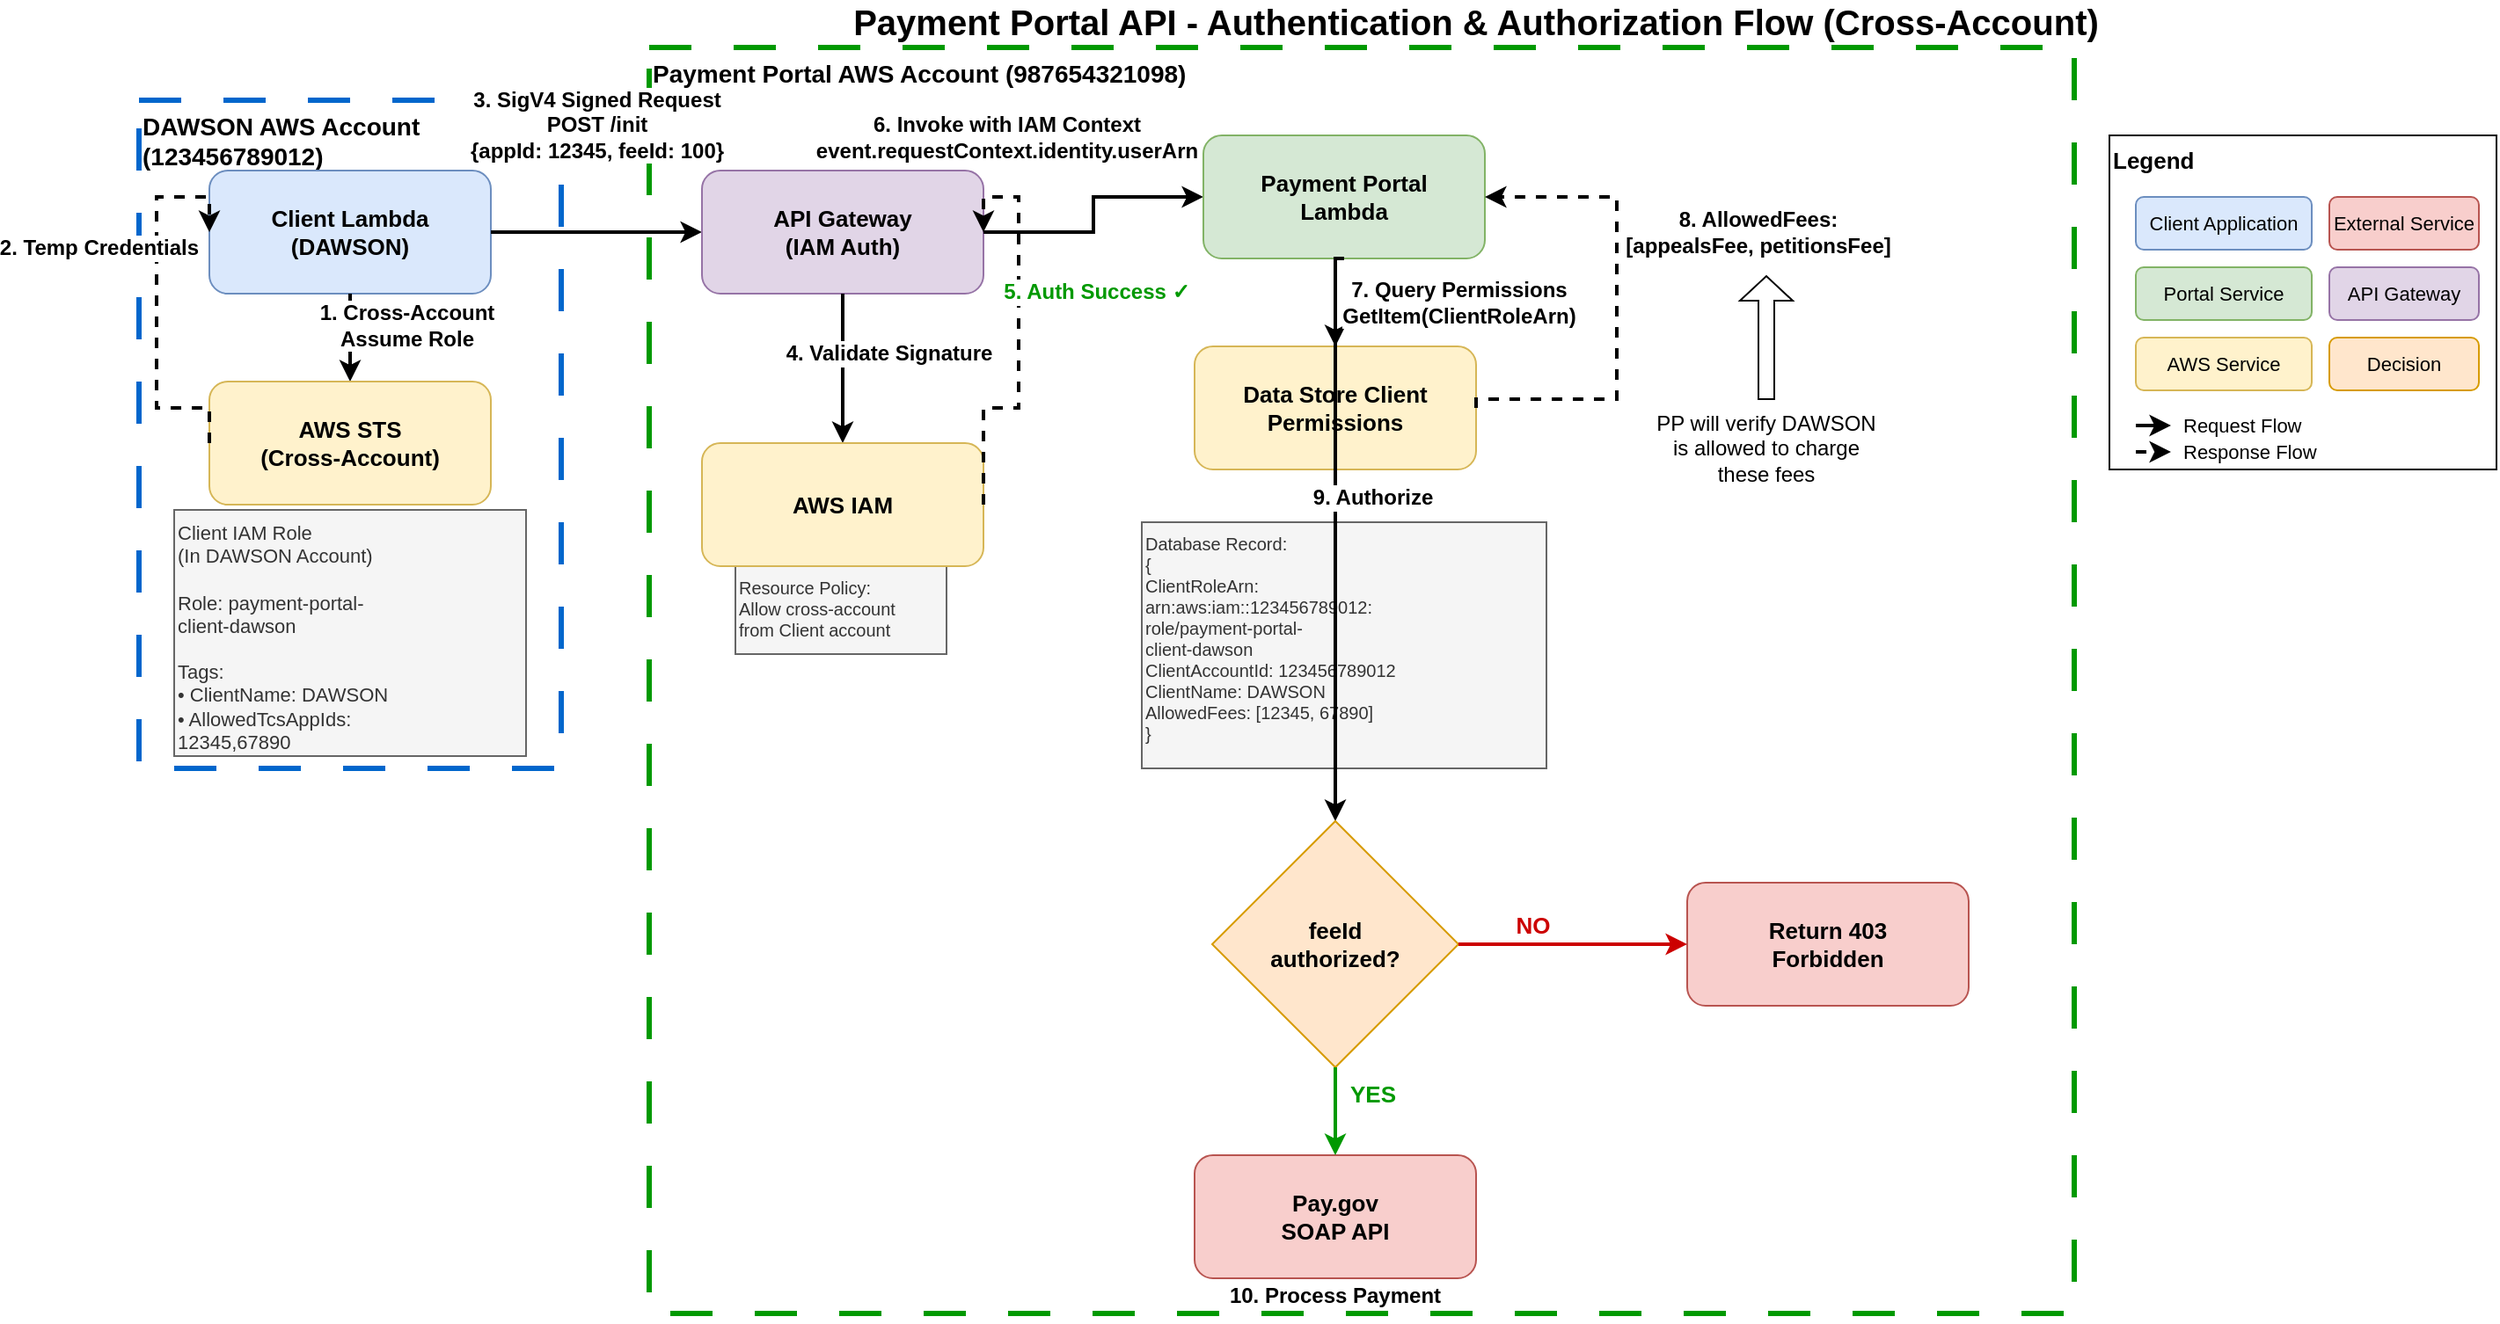
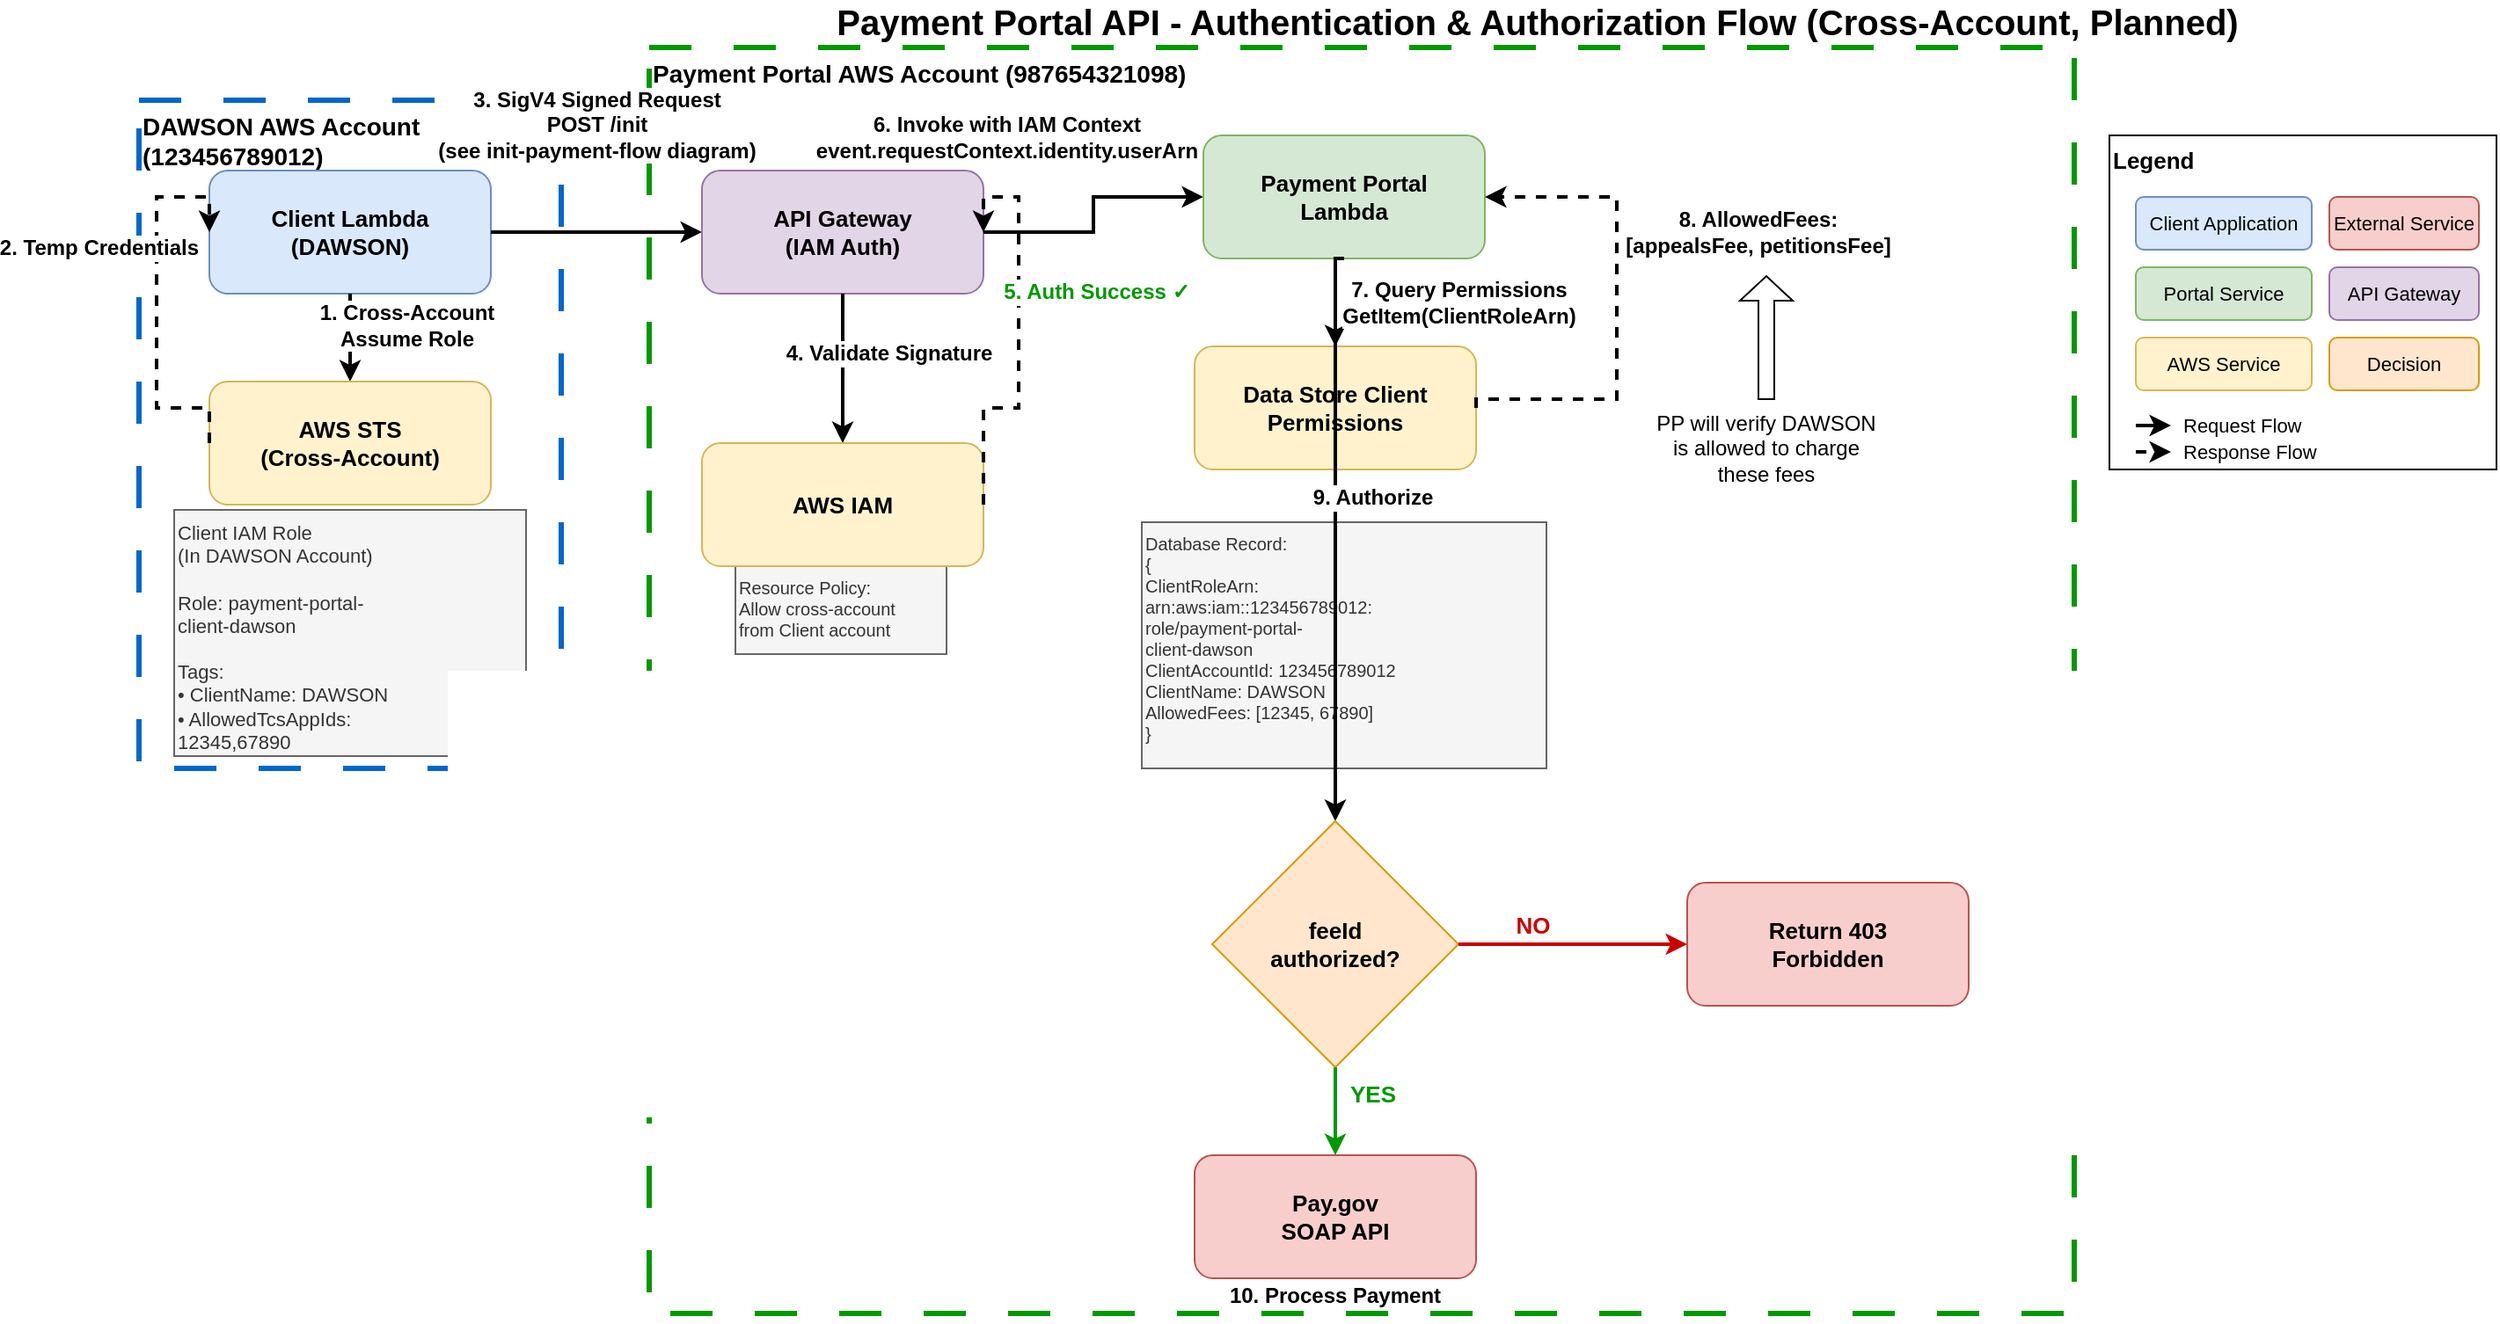
<mxfile host="65bd71144e">
    <diagram name="Authentication and Authorization Flow" id="auth-flow">
-         <mxGraphModel dx="2169" dy="488" grid="1" gridSize="10" guides="1" tooltips="1" connect="1" arrows="1" fold="1" page="1" pageScale="1" pageWidth="1400" pageHeight="900" math="0" shadow="0">
+         <mxGraphModel dx="2286" dy="565" grid="1" gridSize="10" guides="1" tooltips="1" connect="1" arrows="1" fold="1" page="1" pageScale="1" pageWidth="1400" pageHeight="900" math="0" shadow="0">
            <root>
                <mxCell id="0"/>
                <mxCell id="1" parent="0"/>
-                 <mxCell id="title" value="Payment Portal API - Authentication &amp; Authorization Flow (Cross-Account)" style="text;html=1;strokeColor=none;fillColor=none;align=center;verticalAlign=middle;whiteSpace=wrap;rounded=0;fontSize=20;fontStyle=1" parent="1" vertex="1">
-                     <mxGeometry x="400" y="10" width="760" height="10" as="geometry"/>
+                 <mxCell id="title" value="Payment Portal API - Authentication &amp;amp; Authorization Flow (Cross-Account, Planned)" style="text;html=1;strokeColor=none;fillColor=none;align=center;verticalAlign=middle;whiteSpace=wrap;rounded=0;fontSize=20;fontStyle=1" parent="1" vertex="1">
+                     <mxGeometry x="400" y="10" width="830" height="10" as="geometry"/>
                </mxCell>
                <mxCell id="dawson-account-boundary" value="DAWSON AWS Account (123456789012)" style="rounded=0;whiteSpace=wrap;html=1;fillColor=none;strokeColor=#0066CC;fontSize=14;fontStyle=1;align=left;verticalAlign=top;dashed=1;dashPattern=8 8;strokeWidth=3;" parent="1" vertex="1">
                    <mxGeometry x="20" y="60" width="240" height="380" as="geometry"/>
                </mxCell>
                <mxCell id="portal-account-boundary" value="Payment Portal AWS Account (987654321098)" style="rounded=0;whiteSpace=wrap;html=1;fillColor=none;strokeColor=#009900;fontSize=14;fontStyle=1;align=left;verticalAlign=top;dashed=1;dashPattern=8 8;strokeWidth=3;" parent="1" vertex="1">
                    <mxGeometry x="310" y="30" width="810" height="720" as="geometry"/>
                </mxCell>
                <mxCell id="client-lambda" value="Client Lambda&#xa;(DAWSON)" style="rounded=1;whiteSpace=wrap;html=1;fillColor=#dae8fc;strokeColor=#6c8ebf;fontSize=13;fontStyle=1;verticalAlign=middle;" parent="1" vertex="1">
                    <mxGeometry x="60" y="100" width="160" height="70" as="geometry"/>
                </mxCell>
                <mxCell id="step1-arrow" style="edgeStyle=orthogonalEdgeStyle;rounded=0;orthogonalLoop=1;jettySize=auto;html=1;strokeWidth=2;entryX=0.5;entryY=0;entryDx=0;entryDy=0;" parent="1" source="client-lambda" target="sts" edge="1">
                    <mxGeometry relative="1" as="geometry"/>
                </mxCell>
                <mxCell id="step1-label" value="1. Cross-Account&#xa;Assume Role" style="edgeLabel;html=1;align=center;verticalAlign=middle;resizable=0;points=[];fontSize=12;fontStyle=1;labelBackgroundColor=#ffffff;" parent="step1-arrow" vertex="1" connectable="0">
                    <mxGeometry x="-0.1" y="2" relative="1" as="geometry">
                        <mxPoint x="30" y="-5" as="offset"/>
                    </mxGeometry>
                </mxCell>
                <mxCell id="sts" value="AWS STS&#xa;(Cross-Account)" style="rounded=1;whiteSpace=wrap;html=1;fillColor=#fff2cc;strokeColor=#d6b656;fontSize=13;fontStyle=1;verticalAlign=middle;" parent="1" vertex="1">
                    <mxGeometry x="60" y="220" width="160" height="70" as="geometry"/>
                </mxCell>
                <mxCell id="step2-arrow" style="edgeStyle=orthogonalEdgeStyle;rounded=0;orthogonalLoop=1;jettySize=auto;html=1;strokeWidth=2;dashed=1;exitX=0;exitY=0.5;exitDx=0;exitDy=0;entryX=0;entryY=0.5;entryDx=0;entryDy=0;" parent="1" source="sts" target="client-lambda" edge="1">
                    <mxGeometry relative="1" as="geometry">
                        <Array as="points">
                            <mxPoint x="30" y="235"/>
                            <mxPoint x="30" y="115"/>
                        </Array>
                    </mxGeometry>
                </mxCell>
                <mxCell id="step2-label" value="2. Temp Credentials" style="edgeLabel;html=1;align=center;verticalAlign=middle;resizable=0;points=[];fontSize=12;fontStyle=1;labelBackgroundColor=#ffffff;" parent="step2-arrow" vertex="1" connectable="0">
                    <mxGeometry x="0.1" y="-2" relative="1" as="geometry">
                        <mxPoint x="-35" y="-20" as="offset"/>
                    </mxGeometry>
                </mxCell>
                <mxCell id="iam-role-box" value="Client IAM Role&#xa;(In DAWSON Account)&#xa;&#xa;Role: payment-portal-&#xa;client-dawson&#xa;&#xa;Tags:&#xa;• ClientName: DAWSON&#xa;• AllowedTcsAppIds:&#xa;  12345,67890" style="rounded=0;whiteSpace=wrap;html=1;fillColor=#f5f5f5;strokeColor=#666666;fontSize=11;align=left;verticalAlign=top;fontColor=#333333;" parent="1" vertex="1">
                    <mxGeometry x="40" y="293" width="200" height="140" as="geometry"/>
                </mxCell>
                <mxCell id="step3-arrow" style="edgeStyle=orthogonalEdgeStyle;rounded=0;orthogonalLoop=1;jettySize=auto;html=1;strokeWidth=2;exitX=1;exitY=0.5;exitDx=0;exitDy=0;entryX=0;entryY=0.5;entryDx=0;entryDy=0;" parent="1" source="client-lambda" target="api-gateway" edge="1">
                    <mxGeometry relative="1" as="geometry"/>
                </mxCell>
-                 <mxCell id="step3-label" value="3. SigV4 Signed Request&lt;br&gt;POST /init&lt;br&gt;{appId: 12345, feeId: 100}" style="edgeLabel;html=1;align=center;verticalAlign=middle;resizable=0;points=[];fontSize=12;fontStyle=1;labelBackgroundColor=#ffffff;" parent="step3-arrow" vertex="1" connectable="0">
+                 <mxCell id="step3-label" value="3. SigV4 Signed Request&lt;br&gt;POST /init&lt;br&gt;(see init-payment-flow diagram)" style="edgeLabel;html=1;align=center;verticalAlign=middle;resizable=0;points=[];fontSize=12;fontStyle=1;labelBackgroundColor=#ffffff;" parent="step3-arrow" vertex="1" connectable="0">
                    <mxGeometry x="-0.05" y="2" relative="1" as="geometry">
                        <mxPoint x="3" y="-59" as="offset"/>
                    </mxGeometry>
                </mxCell>
                <mxCell id="api-gateway" value="API Gateway&#xa;(IAM Auth)" style="rounded=1;whiteSpace=wrap;html=1;fillColor=#e1d5e7;strokeColor=#9673a6;fontSize=13;fontStyle=1;verticalAlign=middle;" parent="1" vertex="1">
                    <mxGeometry x="340" y="100" width="160" height="70" as="geometry"/>
                </mxCell>
                <mxCell id="api-gateway-policy" value="Resource Policy:&lt;br&gt;Allow cross-account&lt;br&gt;from Client account" style="rounded=0;whiteSpace=wrap;html=1;fillColor=#f5f5f5;strokeColor=#666666;fontSize=10;align=left;verticalAlign=top;fontColor=#333333;" parent="1" vertex="1">
                    <mxGeometry x="359" y="325" width="120" height="50" as="geometry"/>
                </mxCell>
                <mxCell id="step4-arrow" style="edgeStyle=orthogonalEdgeStyle;rounded=0;orthogonalLoop=1;jettySize=auto;html=1;strokeWidth=2;exitX=0.5;exitY=1;exitDx=0;exitDy=0;entryX=0.5;entryY=0;entryDx=0;entryDy=0;" parent="1" source="api-gateway" target="iam-service" edge="1">
                    <mxGeometry relative="1" as="geometry"/>
                </mxCell>
                <mxCell id="step4-label" value="4. Validate Signature" style="edgeLabel;html=1;align=center;verticalAlign=middle;resizable=0;points=[];fontSize=12;fontStyle=1;labelBackgroundColor=#ffffff;" parent="step4-arrow" vertex="1" connectable="0">
                    <mxGeometry x="-0.1" y="1" relative="1" as="geometry">
                        <mxPoint x="25" y="-5" as="offset"/>
                    </mxGeometry>
                </mxCell>
                <mxCell id="iam-service" value="AWS IAM" style="rounded=1;whiteSpace=wrap;html=1;fillColor=#fff2cc;strokeColor=#d6b656;fontSize=13;fontStyle=1;verticalAlign=middle;" parent="1" vertex="1">
                    <mxGeometry x="340" y="255" width="160" height="70" as="geometry"/>
                </mxCell>
                <mxCell id="step5-arrow" style="edgeStyle=orthogonalEdgeStyle;rounded=0;orthogonalLoop=1;jettySize=auto;html=1;strokeWidth=2;dashed=1;exitX=1;exitY=0.5;exitDx=0;exitDy=0;entryX=1;entryY=0.5;entryDx=0;entryDy=0;" parent="1" source="iam-service" target="api-gateway" edge="1">
                    <mxGeometry relative="1" as="geometry">
                        <Array as="points">
                            <mxPoint x="520" y="235"/>
                            <mxPoint x="520" y="115"/>
                        </Array>
                    </mxGeometry>
                </mxCell>
                <mxCell id="step5-label" value="5. Auth Success ✓" style="edgeLabel;html=1;align=center;verticalAlign=middle;resizable=0;points=[];fontSize=12;fontStyle=1;fontColor=#009900;labelBackgroundColor=#ffffff;" parent="step5-arrow" vertex="1" connectable="0">
                    <mxGeometry x="0.15" y="1" relative="1" as="geometry">
                        <mxPoint x="45" y="-6" as="offset"/>
                    </mxGeometry>
                </mxCell>
                <mxCell id="step6-arrow" style="edgeStyle=orthogonalEdgeStyle;rounded=0;orthogonalLoop=1;jettySize=auto;html=1;strokeWidth=2;exitX=1;exitY=0.5;exitDx=0;exitDy=0;entryX=0;entryY=0.5;entryDx=0;entryDy=0;" parent="1" source="api-gateway" target="portal-lambda" edge="1">
                    <mxGeometry relative="1" as="geometry"/>
                </mxCell>
                <mxCell id="step6-label" value="6. Invoke with IAM Context&#xa;event.requestContext.identity.userArn" style="edgeLabel;html=1;align=center;verticalAlign=middle;resizable=0;points=[];fontSize=12;fontStyle=1;labelBackgroundColor=#ffffff;" parent="step6-arrow" vertex="1" connectable="0">
                    <mxGeometry x="-0.05" y="2" relative="1" as="geometry">
                        <mxPoint x="-48" y="-48" as="offset"/>
                    </mxGeometry>
                </mxCell>
                <mxCell id="portal-lambda" value="Payment Portal&#xa;Lambda" style="rounded=1;whiteSpace=wrap;html=1;fillColor=#d5e8d4;strokeColor=#82b366;fontSize=13;fontStyle=1;verticalAlign=middle;" parent="1" vertex="1">
                    <mxGeometry x="625" y="80" width="160" height="70" as="geometry"/>
                </mxCell>
                <mxCell id="step7-arrow" style="edgeStyle=orthogonalEdgeStyle;rounded=0;orthogonalLoop=1;jettySize=auto;html=1;strokeWidth=2;exitX=0.5;exitY=1;exitDx=0;exitDy=0;entryX=0.5;entryY=0;entryDx=0;entryDy=0;" parent="1" source="portal-lambda" target="database" edge="1">
                    <mxGeometry relative="1" as="geometry">
                        <Array as="points">
                            <mxPoint x="700" y="150"/>
                        </Array>
                    </mxGeometry>
                </mxCell>
                <mxCell id="step7-label" value="7. Query Permissions&#xa;GetItem(ClientRoleArn)" style="edgeLabel;html=1;align=center;verticalAlign=middle;resizable=0;points=[];fontSize=12;fontStyle=1;labelBackgroundColor=#ffffff;" parent="step7-arrow" vertex="1" connectable="0">
                    <mxGeometry x="-0.1" y="2" relative="1" as="geometry">
                        <mxPoint x="68" y="5" as="offset"/>
                    </mxGeometry>
                </mxCell>
                <object label="Data Store Client Permissions" id="database">
                    <mxCell style="rounded=1;whiteSpace=wrap;html=1;fillColor=#fff2cc;strokeColor=#d6b656;fontSize=13;fontStyle=1;verticalAlign=middle;" parent="1" vertex="1">
                        <mxGeometry x="620" y="200" width="160" height="70" as="geometry"/>
                    </mxCell>
                </object>
                <mxCell id="step8-arrow" style="edgeStyle=orthogonalEdgeStyle;rounded=0;orthogonalLoop=1;jettySize=auto;html=1;strokeWidth=2;dashed=1;exitX=1;exitY=0.5;exitDx=0;exitDy=0;entryX=1;entryY=0.5;entryDx=0;entryDy=0;" parent="1" source="database" target="portal-lambda" edge="1">
                    <mxGeometry relative="1" as="geometry">
                        <Array as="points">
                            <mxPoint x="780" y="230"/>
                            <mxPoint x="860" y="230"/>
                            <mxPoint x="860" y="115"/>
                        </Array>
                    </mxGeometry>
                </mxCell>
                <mxCell id="step8-label" value="8. AllowedFees:&lt;br&gt;[appealsFee, petitionsFee]" style="edgeLabel;html=1;align=center;verticalAlign=middle;resizable=0;points=[];fontSize=12;fontStyle=1;labelBackgroundColor=#ffffff;" parent="step8-arrow" vertex="1" connectable="0">
                    <mxGeometry x="0.15" y="1" relative="1" as="geometry">
                        <mxPoint x="81" y="-22" as="offset"/>
                    </mxGeometry>
                </mxCell>
                <object label="Database Record:&lt;br&gt;{&lt;br&gt;  ClientRoleArn:&lt;br&gt;    arn:aws:iam::123456789012:&lt;br&gt;    role/payment-portal-&lt;br&gt;    client-dawson&lt;br&gt;  ClientAccountId: 123456789012&lt;br&gt;  ClientName: DAWSON&lt;br&gt;  AllowedFees: [12345, 67890]&lt;br&gt;}" id="datastore-details">
                    <mxCell style="rounded=0;whiteSpace=wrap;html=1;fillColor=#f5f5f5;strokeColor=#666666;fontSize=10;align=left;verticalAlign=top;fontColor=#333333;" parent="1" vertex="1">
                        <mxGeometry x="590" y="300" width="230" height="140" as="geometry"/>
                    </mxCell>
                </object>
                <mxCell id="step9-arrow" style="edgeStyle=orthogonalEdgeStyle;rounded=0;orthogonalLoop=1;jettySize=auto;html=1;strokeWidth=2;exitX=0.5;exitY=1;exitDx=0;exitDy=0;entryX=0.5;entryY=0;entryDx=0;entryDy=0;" parent="1" edge="1">
                    <mxGeometry relative="1" as="geometry">
                        <Array as="points">
                            <mxPoint x="700" y="150"/>
                        </Array>
                        <mxPoint x="705" y="150" as="sourcePoint"/>
                        <mxPoint x="700" y="470" as="targetPoint"/>
                    </mxGeometry>
                </mxCell>
                <mxCell id="step9-label" value="9. Authorize" style="edgeLabel;html=1;align=center;verticalAlign=middle;resizable=0;points=[];fontSize=12;fontStyle=1;labelBackgroundColor=#ffffff;" parent="step9-arrow" vertex="1" connectable="0">
                    <mxGeometry x="-0.75" y="1" relative="1" as="geometry">
                        <mxPoint x="20" y="100" as="offset"/>
                    </mxGeometry>
                </mxCell>
                <mxCell id="decision" value="feeId&lt;br&gt;authorized?" style="rhombus;whiteSpace=wrap;html=1;fillColor=#ffe6cc;strokeColor=#d79b00;fontSize=13;fontStyle=1" parent="1" vertex="1">
                    <mxGeometry x="630" y="470" width="140" height="140" as="geometry"/>
                </mxCell>
                <mxCell id="paygov" value="Pay.gov&#xa;SOAP API" style="rounded=1;whiteSpace=wrap;html=1;fillColor=#f8cecc;strokeColor=#b85450;fontSize=13;fontStyle=1;verticalAlign=middle;" parent="1" vertex="1">
                    <mxGeometry x="620" y="660" width="160" height="70" as="geometry"/>
                </mxCell>
                <mxCell id="yes-arrow" style="edgeStyle=orthogonalEdgeStyle;rounded=0;orthogonalLoop=1;jettySize=auto;html=1;strokeWidth=2;strokeColor=#009900;exitX=0.5;exitY=1;exitDx=0;exitDy=0;entryX=0.5;entryY=0;entryDx=0;entryDy=0;" parent="1" source="decision" target="paygov" edge="1">
                    <mxGeometry relative="1" as="geometry"/>
                </mxCell>
                <mxCell id="yes-label" value="YES" style="edgeLabel;html=1;align=center;verticalAlign=middle;resizable=0;points=[];fontSize=13;fontStyle=1;fontColor=#009900;labelBackgroundColor=#ffffff;" parent="yes-arrow" vertex="1" connectable="0">
                    <mxGeometry x="-0.2" y="1" relative="1" as="geometry">
                        <mxPoint x="20" y="-5" as="offset"/>
                    </mxGeometry>
                </mxCell>
                <mxCell id="forbidden" value="Return 403&#xa;Forbidden" style="rounded=1;whiteSpace=wrap;html=1;fillColor=#f8cecc;strokeColor=#b85450;fontSize=13;fontStyle=1;verticalAlign=middle;" parent="1" vertex="1">
                    <mxGeometry x="900" y="505" width="160" height="70" as="geometry"/>
                </mxCell>
                <mxCell id="no-arrow" style="edgeStyle=orthogonalEdgeStyle;rounded=0;orthogonalLoop=1;jettySize=auto;html=1;strokeWidth=2;strokeColor=#CC0000;exitX=1;exitY=0.5;exitDx=0;exitDy=0;entryX=0;entryY=0.5;entryDx=0;entryDy=0;" parent="1" source="decision" target="forbidden" edge="1">
                    <mxGeometry relative="1" as="geometry"/>
                </mxCell>
                <mxCell id="no-label" value="NO" style="edgeLabel;html=1;align=center;verticalAlign=middle;resizable=0;points=[];fontSize=13;fontStyle=1;fontColor=#CC0000;labelBackgroundColor=#ffffff;" parent="no-arrow" vertex="1" connectable="0">
                    <mxGeometry x="-0.2" y="1" relative="1" as="geometry">
                        <mxPoint x="-10" y="-10" as="offset"/>
                    </mxGeometry>
                </mxCell>
                <mxCell id="step10-label" value="10. Process Payment" style="text;html=1;strokeColor=none;fillColor=none;align=center;verticalAlign=middle;whiteSpace=wrap;rounded=0;fontSize=12;fontStyle=1" parent="1" vertex="1">
                    <mxGeometry x="620" y="725" width="160" height="30" as="geometry"/>
                </mxCell>
                <mxCell id="legend-box" value="Legend" style="rounded=0;whiteSpace=wrap;html=1;fillColor=#ffffff;strokeColor=#000000;fontSize=13;fontStyle=1;align=left;verticalAlign=top" parent="1" vertex="1">
                    <mxGeometry x="1140" y="80" width="220" height="190" as="geometry"/>
                </mxCell>
                <mxCell id="legend-client" value="Client Application" style="rounded=1;whiteSpace=wrap;html=1;fillColor=#dae8fc;strokeColor=#6c8ebf;fontSize=11;verticalAlign=middle;" parent="1" vertex="1">
                    <mxGeometry x="1155" y="115" width="100" height="30" as="geometry"/>
                </mxCell>
                <mxCell id="legend-portal" value="Portal Service" style="rounded=1;whiteSpace=wrap;html=1;fillColor=#d5e8d4;strokeColor=#82b366;fontSize=11;verticalAlign=middle;" parent="1" vertex="1">
                    <mxGeometry x="1155" y="155" width="100" height="30" as="geometry"/>
                </mxCell>
                <mxCell id="legend-aws" value="AWS Service" style="rounded=1;whiteSpace=wrap;html=1;fillColor=#fff2cc;strokeColor=#d6b656;fontSize=11;verticalAlign=middle;" parent="1" vertex="1">
                    <mxGeometry x="1155" y="195" width="100" height="30" as="geometry"/>
                </mxCell>
                <mxCell id="legend-external" value="External Service" style="rounded=1;whiteSpace=wrap;html=1;fillColor=#f8cecc;strokeColor=#b85450;fontSize=11;verticalAlign=middle;" parent="1" vertex="1">
                    <mxGeometry x="1265" y="115" width="85" height="30" as="geometry"/>
                </mxCell>
                <mxCell id="legend-gateway" value="API Gateway" style="rounded=1;whiteSpace=wrap;html=1;fillColor=#e1d5e7;strokeColor=#9673a6;fontSize=11;verticalAlign=middle;" parent="1" vertex="1">
                    <mxGeometry x="1265" y="155" width="85" height="30" as="geometry"/>
                </mxCell>
                <mxCell id="legend-decision" value="Decision" style="rounded=1;whiteSpace=wrap;html=1;fillColor=#ffe6cc;strokeColor=#d79b00;fontSize=11;verticalAlign=middle;" parent="1" vertex="1">
                    <mxGeometry x="1265" y="195" width="85" height="30" as="geometry"/>
                </mxCell>
                <mxCell id="legend-solid" value="Request Flow" style="text;html=1;strokeColor=none;fillColor=none;align=left;verticalAlign=middle;whiteSpace=wrap;rounded=0;fontSize=11;" parent="1" vertex="1">
                    <mxGeometry x="1180" y="235" width="100" height="20" as="geometry"/>
                </mxCell>
                <mxCell id="legend-solid-line" value="" style="endArrow=classic;html=1;strokeWidth=2;fontSize=11;" parent="1" edge="1">
                    <mxGeometry width="50" height="50" relative="1" as="geometry">
                        <mxPoint x="1155" y="245" as="sourcePoint"/>
                        <mxPoint x="1175" y="245" as="targetPoint"/>
                    </mxGeometry>
                </mxCell>
                <mxCell id="legend-dashed" value="Response Flow" style="text;html=1;strokeColor=none;fillColor=none;align=left;verticalAlign=middle;whiteSpace=wrap;rounded=0;fontSize=11;" parent="1" vertex="1">
                    <mxGeometry x="1180" y="250" width="100" height="20" as="geometry"/>
                </mxCell>
                <mxCell id="legend-dashed-line" value="" style="endArrow=classic;html=1;strokeWidth=2;dashed=1;fontSize=11;" parent="1" edge="1">
                    <mxGeometry width="50" height="50" relative="1" as="geometry">
                        <mxPoint x="1155" y="260" as="sourcePoint"/>
                        <mxPoint x="1175" y="260" as="targetPoint"/>
                    </mxGeometry>
                </mxCell>
                <mxCell id="2" value="PP will verify DAWSON is allowed to charge these fees" style="text;html=1;align=center;verticalAlign=middle;whiteSpace=wrap;rounded=0;" parent="1" vertex="1">
                    <mxGeometry x="880" y="223" width="130" height="70" as="geometry"/>
                </mxCell>
                <mxCell id="5" value="" style="shape=singleArrow;direction=north;whiteSpace=wrap;html=1;" parent="1" vertex="1">
                    <mxGeometry x="930" y="160" width="30" height="70" as="geometry"/>
                </mxCell>
            </root>
        </mxGraphModel>
    </diagram>
</mxfile>
